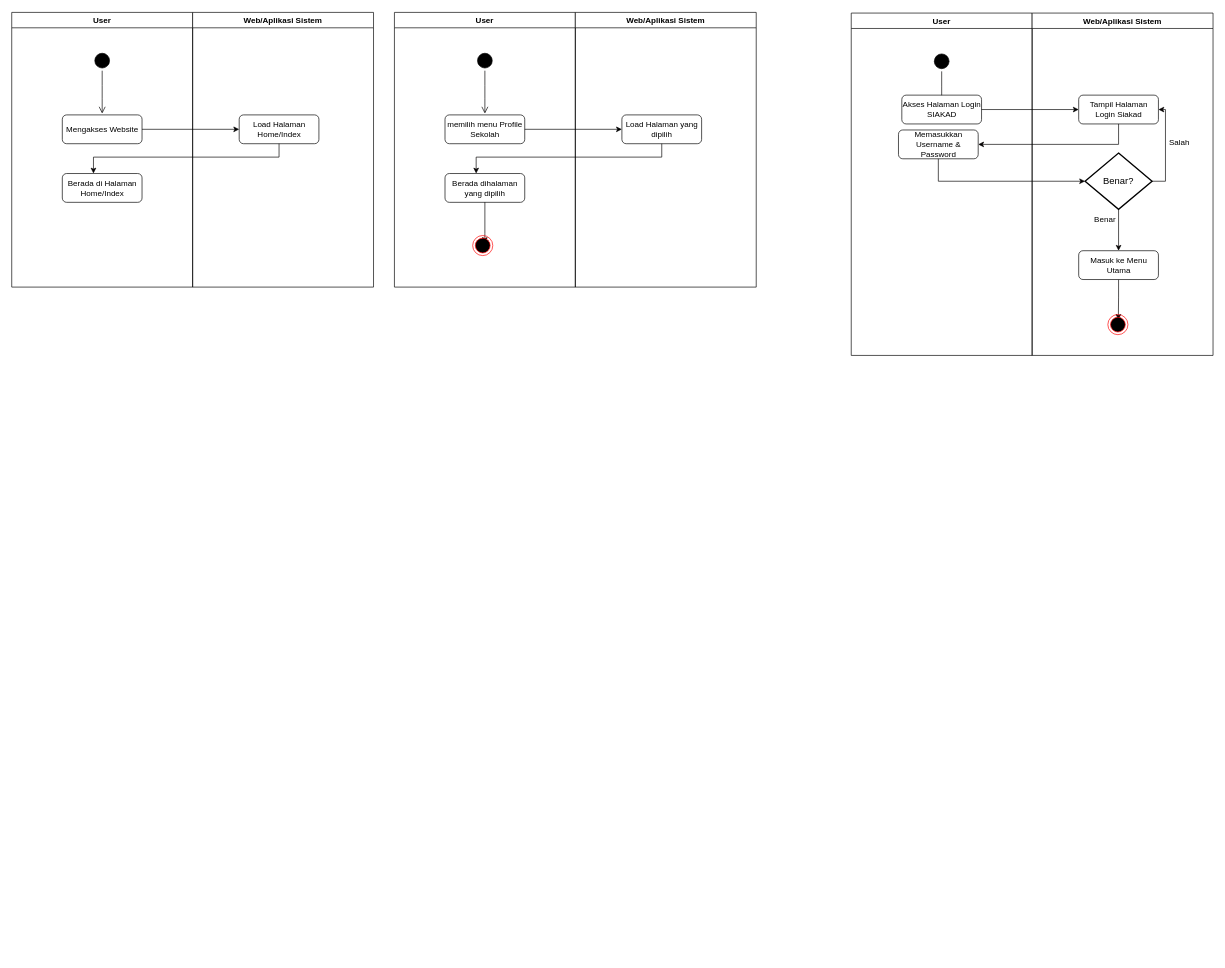
Earlier version of the draw.io diagram page "Page-1" (1 of 2) of Untitled test.drawio (aldonicolaz/siakad-petrus). Source tidied: cells renumbered, new cells numbered last; positions are measured from the earlier drawing's top-left corner, leaving out a move shared by most shapes. Both pictures are drawn from the tidied source at 67%, with x=0, y=0 at pixel (11, 12).
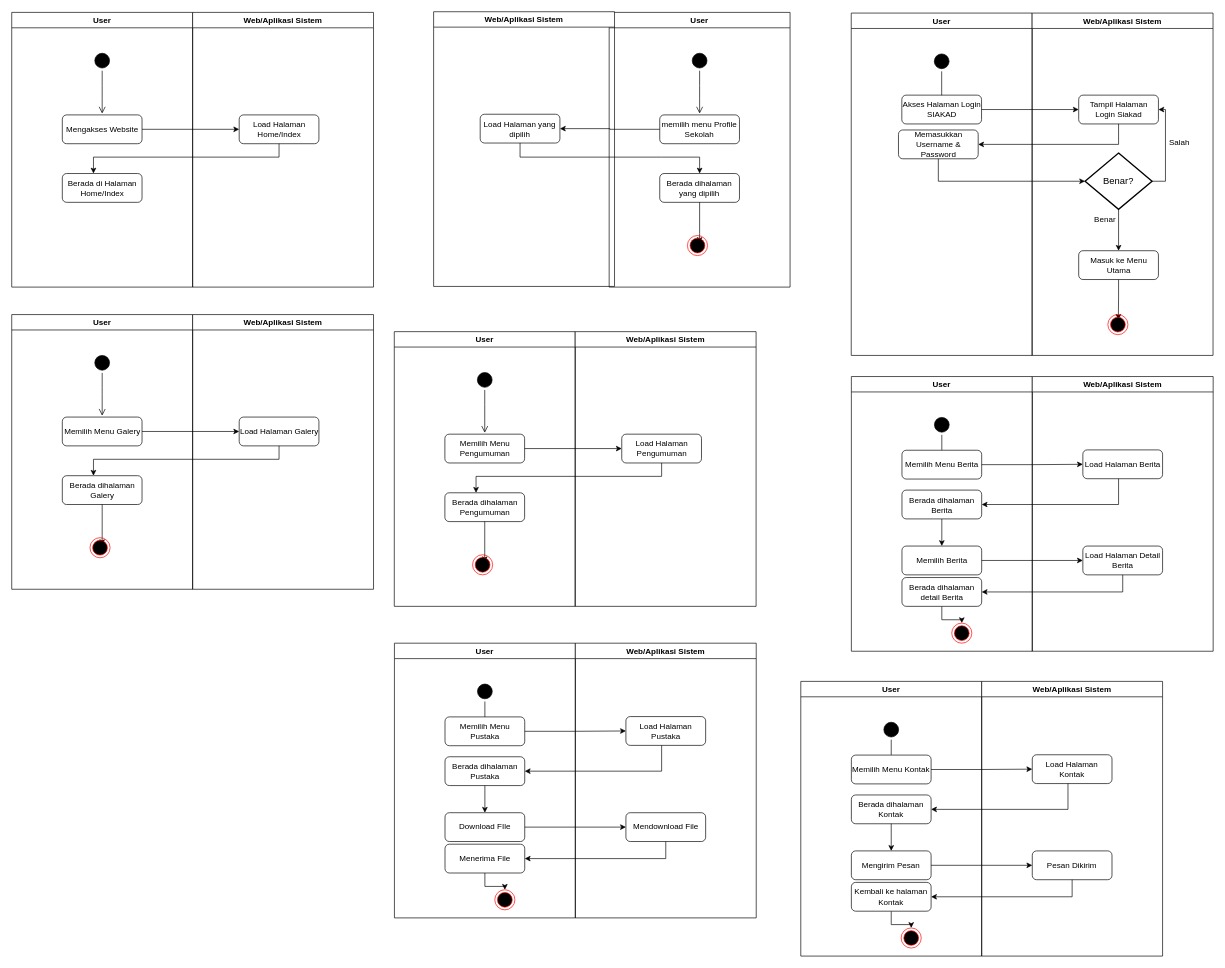
After the change.

Diff of the diagram source:
```diff
@@
     <mxCell id="11" value="User" style="swimlane;" parent="1" vertex="1">
-      <mxGeometry x="571.2" width="270" height="410" as="geometry" />
+      <mxGeometry x="891.7" width="270" height="410" as="geometry" />
     </mxCell>
@@
     <mxCell id="18" value="Web/Aplikasi Sistem" style="swimlane;" parent="1" vertex="1">
-      <mxGeometry x="841.2" width="270" height="410" as="geometry" />
+      <mxGeometry x="629.7" y="-1" width="270" height="410" as="geometry" />
     </mxCell>
@@
+    <mxCell id="40" value="User" style="swimlane;" parent="1" vertex="1">
+      <mxGeometry y="451" width="270" height="410" as="geometry" />
+    </mxCell>
+    <mxCell id="41" style="ellipse;html=1;shape=startState;fillColor=#000000;strokeColor=#000000;" parent="40" vertex="1">
+      <mxGeometry x="120" y="57" width="30" height="30" as="geometry" />
+    </mxCell>
+    <mxCell id="42" style="edgeStyle=orthogonalEdgeStyle;html=1;verticalAlign=bottom;endArrow=open;endSize=8;strokeColor=#030000;" parent="40" edge="1" source="41">
+      <mxGeometry relative="1" as="geometry">
+        <mxPoint x="135" y="151" as="targetPoint" />
+      </mxGeometry>
+    </mxCell>
+    <mxCell id="43" value="Memilih Menu Galery" style="shape=ext;rounded=1;html=1;whiteSpace=wrap;" parent="40" vertex="1">
+      <mxGeometry x="75.5" y="153" width="119" height="43" as="geometry" />
+    </mxCell>
+    <mxCell id="44" style="edgeStyle=orthogonalEdgeStyle;rounded=0;jettySize=auto;html=1;entryX=0.371;entryY=0.398;entryDx=0;entryDy=0;entryPerimeter=0;strokeColor=#030000;" parent="40" edge="1" target="46">
+      <mxGeometry relative="1" as="geometry">
+        <mxPoint x="133.8" y="282.5" as="sourcePoint" />
+        <Array as="points">
+          <mxPoint x="135" y="283" />
+          <mxPoint x="135" y="330" />
+        </Array>
+      </mxGeometry>
+    </mxCell>
+    <mxCell id="45" value="Berada dihalaman Galery" style="shape=ext;rounded=1;html=1;whiteSpace=wrap;" parent="40" vertex="1">
+      <mxGeometry x="75.5" y="240.5" width="119" height="43" as="geometry" />
+    </mxCell>
+    <mxCell id="46" style="ellipse;html=1;shape=endState;fillColor=#000000;strokeColor=#ff0000;direction=south;" parent="40" vertex="1">
+      <mxGeometry x="116.8" y="333" width="30" height="30" as="geometry" />
+    </mxCell>
+    <mxCell id="47" value="Web/Aplikasi Sistem" style="swimlane;" parent="1" vertex="1">
+      <mxGeometry x="270" y="451" width="270" height="410" as="geometry" />
+    </mxCell>
+    <mxCell id="48" value="Load Halaman Galery" style="shape=ext;rounded=1;html=1;whiteSpace=wrap;" parent="47" vertex="1">
+      <mxGeometry x="69.5" y="153" width="119" height="43" as="geometry" />
+    </mxCell>
+    <mxCell id="49" style="edgeStyle=orthogonalEdgeStyle;rounded=0;jettySize=auto;html=1;" parent="1" edge="1" source="43" target="48">
+      <mxGeometry relative="1" as="geometry" />
+    </mxCell>
+    <mxCell id="50" style="edgeStyle=orthogonalEdgeStyle;rounded=0;jettySize=auto;html=1;strokeColor=#030000;" parent="1" edge="1" source="48" target="45">
+      <mxGeometry relative="1" as="geometry">
+        <Array as="points">
+          <mxPoint x="399" y="667" />
+          <mxPoint x="122" y="667" />
+        </Array>
+      </mxGeometry>
+    </mxCell>
+    <mxCell id="51" value="User" style="swimlane;" parent="1" vertex="1">
+      <mxGeometry x="571" y="476.5" width="270" height="410" as="geometry" />
+    </mxCell>
+    <mxCell id="52" style="ellipse;html=1;shape=startState;fillColor=#000000;strokeColor=#000000;" parent="51" vertex="1">
+      <mxGeometry x="120" y="57" width="30" height="30" as="geometry" />
+    </mxCell>
+    <mxCell id="53" style="edgeStyle=orthogonalEdgeStyle;html=1;verticalAlign=bottom;endArrow=open;endSize=8;strokeColor=#030000;" parent="51" edge="1" source="52">
+      <mxGeometry relative="1" as="geometry">
+        <mxPoint x="135" y="151" as="targetPoint" />
+      </mxGeometry>
+    </mxCell>
+    <mxCell id="54" value="Memilih Menu Pengumuman" style="shape=ext;rounded=1;html=1;whiteSpace=wrap;" parent="51" vertex="1">
+      <mxGeometry x="75.5" y="153" width="119" height="43" as="geometry" />
+    </mxCell>
+    <mxCell id="55" style="edgeStyle=orthogonalEdgeStyle;rounded=0;jettySize=auto;html=1;entryX=0.371;entryY=0.398;entryDx=0;entryDy=0;entryPerimeter=0;strokeColor=#030000;" parent="51" edge="1" target="57">
+      <mxGeometry relative="1" as="geometry">
+        <mxPoint x="133.8" y="282.5" as="sourcePoint" />
+        <Array as="points">
+          <mxPoint x="135" y="283" />
+          <mxPoint x="135" y="330" />
+        </Array>
+      </mxGeometry>
+    </mxCell>
+    <mxCell id="56" value="Berada dihalaman Pengumuman" style="shape=ext;rounded=1;html=1;whiteSpace=wrap;" parent="51" vertex="1">
+      <mxGeometry x="75.5" y="240.5" width="119" height="43" as="geometry" />
+    </mxCell>
+    <mxCell id="57" style="ellipse;html=1;shape=endState;fillColor=#000000;strokeColor=#ff0000;direction=south;" parent="51" vertex="1">
+      <mxGeometry x="116.8" y="333" width="30" height="30" as="geometry" />
+    </mxCell>
+    <mxCell id="58" value="Web/Aplikasi Sistem" style="swimlane;" parent="1" vertex="1">
+      <mxGeometry x="841" y="476.5" width="270" height="410" as="geometry" />
+    </mxCell>
+    <mxCell id="59" value="Load Halaman Pengumuman" style="shape=ext;rounded=1;html=1;whiteSpace=wrap;" parent="58" vertex="1">
+      <mxGeometry x="69.5" y="153" width="119" height="43" as="geometry" />
+    </mxCell>
+    <mxCell id="60" style="edgeStyle=orthogonalEdgeStyle;rounded=0;jettySize=auto;html=1;" parent="1" edge="1" source="54" target="59">
+      <mxGeometry relative="1" as="geometry" />
+    </mxCell>
+    <mxCell id="61" style="edgeStyle=orthogonalEdgeStyle;rounded=0;jettySize=auto;html=1;strokeColor=#030000;" parent="1" edge="1" source="59" target="56">
+      <mxGeometry relative="1" as="geometry">
+        <Array as="points">
+          <mxPoint x="970" y="692.5" />
+          <mxPoint x="693" y="692.5" />
+        </Array>
+      </mxGeometry>
+    </mxCell>
+    <mxCell id="62" value="User" style="swimlane;" parent="1" vertex="1">
+      <mxGeometry x="1253.2" y="543.5" width="270" height="410" as="geometry" />
+    </mxCell>
+    <mxCell id="63" style="ellipse;html=1;shape=startState;fillColor=#000000;strokeColor=#000000;" parent="62" vertex="1">
+      <mxGeometry x="120" y="57" width="30" height="30" as="geometry" />
+    </mxCell>
+    <mxCell id="64" style="edgeStyle=orthogonalEdgeStyle;html=1;verticalAlign=bottom;endArrow=open;endSize=8;strokeColor=#030000;" parent="62" edge="1" source="63">
+      <mxGeometry relative="1" as="geometry">
+        <mxPoint x="135" y="151" as="targetPoint" />
+      </mxGeometry>
+    </mxCell>
+    <mxCell id="65" value="Memilih Menu Berita" style="shape=ext;rounded=1;html=1;whiteSpace=wrap;" parent="62" vertex="1">
+      <mxGeometry x="75.5" y="110" width="119" height="43" as="geometry" />
+    </mxCell>
+    <mxCell id="66" value="Berada dihalaman Berita" style="shape=ext;rounded=1;html=1;whiteSpace=wrap;" parent="62" vertex="1">
+      <mxGeometry x="75.5" y="169.5" width="119" height="43" as="geometry" />
+    </mxCell>
+    <mxCell id="67" value="Memilih Berita" style="shape=ext;rounded=1;html=1;whiteSpace=wrap;" parent="62" vertex="1">
+      <mxGeometry x="75.5" y="253" width="119" height="43" as="geometry" />
+    </mxCell>
+    <mxCell id="68" style="edgeStyle=orthogonalEdgeStyle;rounded=0;jettySize=auto;html=1;strokeColor=#030000;entryX=0.5;entryY=0;entryDx=0;entryDy=0;" parent="62" edge="1" source="66" target="67">
+      <mxGeometry relative="1" as="geometry" />
+    </mxCell>
+    <mxCell id="69" style="edgeStyle=orthogonalEdgeStyle;rounded=0;jettySize=auto;html=1;entryX=0.5;entryY=1;entryDx=0;entryDy=0;strokeColor=#030000;" parent="62" edge="1" source="70" target="71">
+      <mxGeometry relative="1" as="geometry" />
+    </mxCell>
+    <mxCell id="70" value="Berada dihalaman detail Berita" style="shape=ext;rounded=1;html=1;whiteSpace=wrap;" parent="62" vertex="1">
+      <mxGeometry x="75.5" y="300" width="119" height="43" as="geometry" />
+    </mxCell>
+    <mxCell id="71" style="ellipse;html=1;shape=endState;fillColor=#000000;strokeColor=#ff0000;direction=west;" parent="62" vertex="1">
+      <mxGeometry x="149.8" y="368" width="30" height="30" as="geometry" />
+    </mxCell>
+    <mxCell id="72" value="Web/Aplikasi Sistem" style="swimlane;" parent="1" vertex="1">
+      <mxGeometry x="1523.2" y="543.5" width="270" height="410" as="geometry" />
+    </mxCell>
+    <mxCell id="73" value="Load Halaman Berita" style="shape=ext;rounded=1;html=1;whiteSpace=wrap;" parent="72" vertex="1">
+      <mxGeometry x="75.5" y="109.5" width="119" height="43" as="geometry" />
+    </mxCell>
+    <mxCell id="74" value="Load Halaman Detail Berita" style="shape=ext;rounded=1;html=1;whiteSpace=wrap;" parent="72" vertex="1">
+      <mxGeometry x="75.5" y="253" width="119" height="43" as="geometry" />
+    </mxCell>
+    <mxCell id="75" style="edgeStyle=orthogonalEdgeStyle;rounded=0;jettySize=auto;html=1;" parent="1" edge="1" source="65" target="73">
+      <mxGeometry relative="1" as="geometry" />
+    </mxCell>
+    <mxCell id="76" style="edgeStyle=orthogonalEdgeStyle;rounded=0;jettySize=auto;html=1;strokeColor=#030000;entryX=1;entryY=0.5;entryDx=0;entryDy=0;" parent="1" edge="1" source="73" target="66">
+      <mxGeometry relative="1" as="geometry">
+        <Array as="points">
+          <mxPoint x="1652" y="735" />
+        </Array>
+      </mxGeometry>
+    </mxCell>
+    <mxCell id="77" style="edgeStyle=orthogonalEdgeStyle;rounded=0;jettySize=auto;html=1;strokeColor=#030000;entryX=0;entryY=0.5;entryDx=0;entryDy=0;" parent="1" edge="1" source="67" target="74">
+      <mxGeometry relative="1" as="geometry" />
+    </mxCell>
+    <mxCell id="78" style="edgeStyle=orthogonalEdgeStyle;rounded=0;jettySize=auto;html=1;entryX=1;entryY=0.5;entryDx=0;entryDy=0;strokeColor=#030000;" parent="1" edge="1" source="74" target="70">
+      <mxGeometry relative="1" as="geometry">
+        <Array as="points">
+          <mxPoint x="1658" y="865" />
+        </Array>
+      </mxGeometry>
+    </mxCell>
+    <mxCell id="79" value="User" style="swimlane;" parent="1" vertex="1">
+      <mxGeometry x="571.2" y="941.5" width="270" height="410" as="geometry" />
+    </mxCell>
+    <mxCell id="80" style="ellipse;html=1;shape=startState;fillColor=#000000;strokeColor=#000000;" parent="79" vertex="1">
+      <mxGeometry x="120" y="57" width="30" height="30" as="geometry" />
+    </mxCell>
+    <mxCell id="81" style="edgeStyle=orthogonalEdgeStyle;html=1;verticalAlign=bottom;endArrow=open;endSize=8;strokeColor=#030000;" parent="79" edge="1" source="80">
+      <mxGeometry relative="1" as="geometry">
+        <mxPoint x="135" y="151" as="targetPoint" />
+      </mxGeometry>
+    </mxCell>
+    <mxCell id="82" value="Memilih Menu Pustaka" style="shape=ext;rounded=1;html=1;whiteSpace=wrap;" parent="79" vertex="1">
+      <mxGeometry x="75.5" y="110" width="119" height="43" as="geometry" />
+    </mxCell>
+    <mxCell id="83" value="Berada dihalaman Pustaka" style="shape=ext;rounded=1;html=1;whiteSpace=wrap;" parent="79" vertex="1">
+      <mxGeometry x="75.5" y="169.5" width="119" height="43" as="geometry" />
+    </mxCell>
+    <mxCell id="84" value="Download FIle" style="shape=ext;rounded=1;html=1;whiteSpace=wrap;" parent="79" vertex="1">
+      <mxGeometry x="75.5" y="253" width="119" height="43" as="geometry" />
+    </mxCell>
+    <mxCell id="85" style="edgeStyle=orthogonalEdgeStyle;rounded=0;jettySize=auto;html=1;strokeColor=#030000;entryX=0.5;entryY=0;entryDx=0;entryDy=0;" parent="79" edge="1" source="83" target="84">
+      <mxGeometry relative="1" as="geometry" />
+    </mxCell>
+    <mxCell id="86" style="edgeStyle=orthogonalEdgeStyle;rounded=0;jettySize=auto;html=1;entryX=0.5;entryY=1;entryDx=0;entryDy=0;strokeColor=#030000;" parent="79" edge="1" source="87" target="88">
+      <mxGeometry relative="1" as="geometry" />
+    </mxCell>
+    <mxCell id="87" value="Menerima File" style="shape=ext;rounded=1;html=1;whiteSpace=wrap;" parent="79" vertex="1">
+      <mxGeometry x="75.5" y="300" width="119" height="43" as="geometry" />
+    </mxCell>
+    <mxCell id="88" style="ellipse;html=1;shape=endState;fillColor=#000000;strokeColor=#ff0000;direction=west;" parent="79" vertex="1">
+      <mxGeometry x="149.8" y="368" width="30" height="30" as="geometry" />
+    </mxCell>
+    <mxCell id="89" value="Web/Aplikasi Sistem" style="swimlane;" parent="1" vertex="1">
+      <mxGeometry x="841.2" y="941.5" width="270" height="410" as="geometry" />
+    </mxCell>
+    <mxCell id="90" value="Load Halaman Pustaka" style="shape=ext;rounded=1;html=1;whiteSpace=wrap;" parent="89" vertex="1">
+      <mxGeometry x="75.5" y="109.5" width="119" height="43" as="geometry" />
+    </mxCell>
+    <mxCell id="91" value="Mendownload File" style="shape=ext;rounded=1;html=1;whiteSpace=wrap;" parent="89" vertex="1">
+      <mxGeometry x="75.5" y="253" width="119" height="43" as="geometry" />
+    </mxCell>
+    <mxCell id="92" style="edgeStyle=orthogonalEdgeStyle;rounded=0;jettySize=auto;html=1;" parent="1" edge="1" source="82" target="90">
+      <mxGeometry relative="1" as="geometry" />
+    </mxCell>
+    <mxCell id="93" style="edgeStyle=orthogonalEdgeStyle;rounded=0;jettySize=auto;html=1;strokeColor=#030000;entryX=1;entryY=0.5;entryDx=0;entryDy=0;" parent="1" edge="1" source="90" target="83">
+      <mxGeometry relative="1" as="geometry">
+        <Array as="points">
+          <mxPoint x="970" y="1133" />
+        </Array>
+      </mxGeometry>
+    </mxCell>
+    <mxCell id="94" style="edgeStyle=orthogonalEdgeStyle;rounded=0;jettySize=auto;html=1;strokeColor=#030000;entryX=0;entryY=0.5;entryDx=0;entryDy=0;" parent="1" edge="1" source="84" target="91">
+      <mxGeometry relative="1" as="geometry" />
+    </mxCell>
+    <mxCell id="95" style="edgeStyle=orthogonalEdgeStyle;rounded=0;jettySize=auto;html=1;entryX=1;entryY=0.5;entryDx=0;entryDy=0;strokeColor=#030000;" parent="1" edge="1" source="91" target="87">
+      <mxGeometry relative="1" as="geometry">
+        <Array as="points">
+          <mxPoint x="976" y="1263" />
+        </Array>
+      </mxGeometry>
+    </mxCell>
+    <mxCell id="96" value="User" style="swimlane;" parent="1" vertex="1">
+      <mxGeometry x="1177.7" y="998.5" width="270" height="410" as="geometry" />
+    </mxCell>
+    <mxCell id="97" style="ellipse;html=1;shape=startState;fillColor=#000000;strokeColor=#000000;" parent="96" vertex="1">
+      <mxGeometry x="120" y="57" width="30" height="30" as="geometry" />
+    </mxCell>
+    <mxCell id="98" style="edgeStyle=orthogonalEdgeStyle;html=1;verticalAlign=bottom;endArrow=open;endSize=8;strokeColor=#030000;" parent="96" edge="1" source="97">
+      <mxGeometry relative="1" as="geometry">
+        <mxPoint x="135" y="151" as="targetPoint" />
+      </mxGeometry>
+    </mxCell>
+    <mxCell id="99" value="Memilih Menu Kontak" style="shape=ext;rounded=1;html=1;whiteSpace=wrap;" parent="96" vertex="1">
+      <mxGeometry x="75.5" y="110" width="119" height="43" as="geometry" />
+    </mxCell>
+    <mxCell id="100" value="Berada dihalaman Kontak" style="shape=ext;rounded=1;html=1;whiteSpace=wrap;" parent="96" vertex="1">
+      <mxGeometry x="75.5" y="169.5" width="119" height="43" as="geometry" />
+    </mxCell>
+    <mxCell id="101" value="Mengirim Pesan" style="shape=ext;rounded=1;html=1;whiteSpace=wrap;" parent="96" vertex="1">
+      <mxGeometry x="75.5" y="253" width="119" height="43" as="geometry" />
+    </mxCell>
+    <mxCell id="102" style="edgeStyle=orthogonalEdgeStyle;rounded=0;jettySize=auto;html=1;strokeColor=#030000;entryX=0.5;entryY=0;entryDx=0;entryDy=0;" parent="96" edge="1" source="100" target="101">
+      <mxGeometry relative="1" as="geometry" />
+    </mxCell>
+    <mxCell id="103" style="edgeStyle=orthogonalEdgeStyle;rounded=0;jettySize=auto;html=1;entryX=0.5;entryY=1;entryDx=0;entryDy=0;strokeColor=#030000;" parent="96" edge="1" source="104" target="105">
+      <mxGeometry relative="1" as="geometry" />
+    </mxCell>
+    <mxCell id="104" value="Kembali ke halaman Kontak" style="shape=ext;rounded=1;html=1;whiteSpace=wrap;" parent="96" vertex="1">
+      <mxGeometry x="75.5" y="300" width="119" height="43" as="geometry" />
+    </mxCell>
+    <mxCell id="105" style="ellipse;html=1;shape=endState;fillColor=#000000;strokeColor=#ff0000;direction=west;" parent="96" vertex="1">
+      <mxGeometry x="149.8" y="368" width="30" height="30" as="geometry" />
+    </mxCell>
+    <mxCell id="106" value="Web/Aplikasi Sistem" style="swimlane;" parent="1" vertex="1">
+      <mxGeometry x="1447.7" y="998.5" width="270" height="410" as="geometry" />
+    </mxCell>
+    <mxCell id="107" value="Load Halaman Kontak" style="shape=ext;rounded=1;html=1;whiteSpace=wrap;" parent="106" vertex="1">
+      <mxGeometry x="75.5" y="109.5" width="119" height="43" as="geometry" />
+    </mxCell>
+    <mxCell id="108" value="Pesan Dikirim" style="shape=ext;rounded=1;html=1;whiteSpace=wrap;" parent="106" vertex="1">
+      <mxGeometry x="75.5" y="253" width="119" height="43" as="geometry" />
+    </mxCell>
+    <mxCell id="109" style="edgeStyle=orthogonalEdgeStyle;rounded=0;jettySize=auto;html=1;" parent="1" edge="1" source="99" target="107">
+      <mxGeometry relative="1" as="geometry" />
+    </mxCell>
+    <mxCell id="110" style="edgeStyle=orthogonalEdgeStyle;rounded=0;jettySize=auto;html=1;strokeColor=#030000;entryX=1;entryY=0.5;entryDx=0;entryDy=0;" parent="1" edge="1" source="107" target="100">
+      <mxGeometry relative="1" as="geometry">
+        <Array as="points">
+          <mxPoint x="1576.5" y="1190" />
+        </Array>
+      </mxGeometry>
+    </mxCell>
+    <mxCell id="111" style="edgeStyle=orthogonalEdgeStyle;rounded=0;jettySize=auto;html=1;strokeColor=#030000;entryX=0;entryY=0.5;entryDx=0;entryDy=0;" parent="1" edge="1" source="101" target="108">
+      <mxGeometry relative="1" as="geometry" />
+    </mxCell>
+    <mxCell id="112" style="edgeStyle=orthogonalEdgeStyle;rounded=0;jettySize=auto;html=1;entryX=1;entryY=0.5;entryDx=0;entryDy=0;strokeColor=#030000;" parent="1" edge="1" source="108" target="104">
+      <mxGeometry relative="1" as="geometry">
+        <Array as="points">
+          <mxPoint x="1582.5" y="1320" />
+        </Array>
+      </mxGeometry>
+    </mxCell>
```
